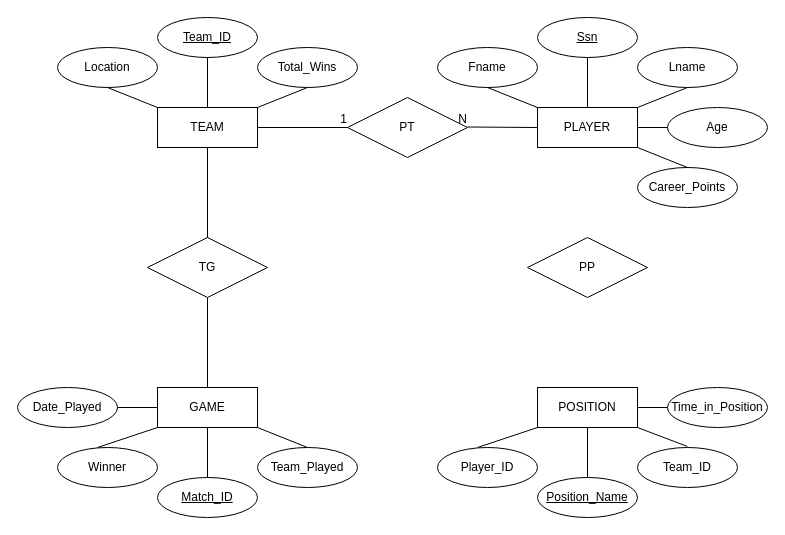
This is Untitled Diagram.drawio from JarredFoley/Final-Project-CMS, a draw.io file, before an edit. Source tidied: cells renumbered, new cells numbered last; positions are measured from the earlier drawing's top-left corner, leaving out a move shared by most shapes. Both pictures are drawn from the tidied source at 100%, with x=0, y=0 at pixel (17, 17).
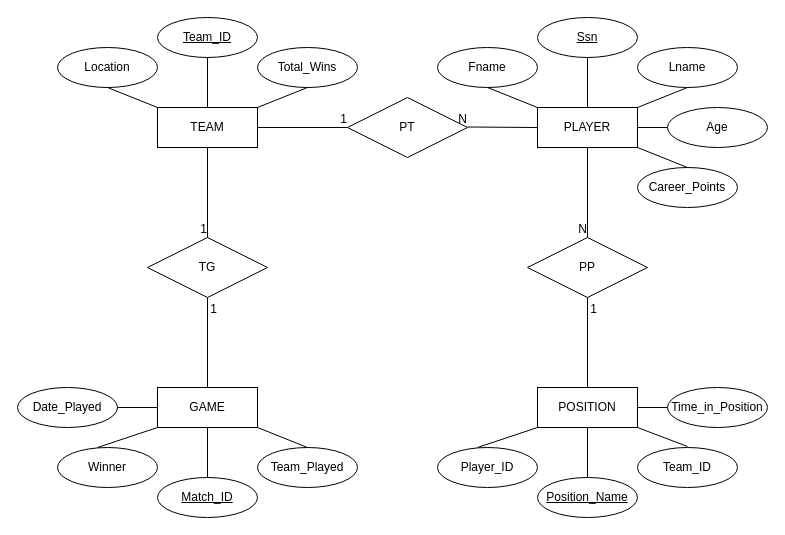
Above is the later version.

Unchanged cells that the change refers to:
```xml
<mxCell id="2" value="TEAM" style="whiteSpace=wrap;html=1;align=center;" parent="1" vertex="1">
  <mxGeometry x="140" y="90" width="100" height="40" as="geometry" />
</mxCell>
<mxCell id="4" value="GAME" style="whiteSpace=wrap;html=1;align=center;" parent="1" vertex="1">
  <mxGeometry x="140" y="370" width="100" height="40" as="geometry" />
</mxCell>
<mxCell id="6" value="TG" style="shape=rhombus;perimeter=rhombusPerimeter;whiteSpace=wrap;html=1;align=center;" parent="1" vertex="1">
  <mxGeometry x="130" y="220" width="120" height="60" as="geometry" />
</mxCell>
<mxCell id="8" value="PP" style="shape=rhombus;perimeter=rhombusPerimeter;whiteSpace=wrap;html=1;align=center;" parent="1" vertex="1">
  <mxGeometry x="510" y="220" width="120" height="60" as="geometry" />
</mxCell>
```

Change to the diagram source:
```diff
@@
-    <mxCell id="41" style="endArrow=none;html=1;rounded=0;entryX=0.5;entryY=0;entryDx=0;entryDy=0;" parent="1" edge="1" target="6">
-      <mxGeometry relative="1" as="geometry">
-        <mxPoint x="190" y="130" as="sourcePoint" />
-      </mxGeometry>
-    </mxCell>
-    <mxCell id="42" style="endArrow=none;html=1;rounded=0;entryX=0.5;entryY=0;entryDx=0;entryDy=0;" parent="1" edge="1" target="4">
-      <mxGeometry relative="1" as="geometry">
-        <mxPoint x="190" y="280" as="sourcePoint" />
-      </mxGeometry>
-    </mxCell>
@@
+    <mxCell id="47" style="endArrow=none;html=1;rounded=0;" parent="1" edge="1" target="8">
+      <mxGeometry relative="1" as="geometry">
+        <mxPoint x="570" y="130" as="sourcePoint" />
+      </mxGeometry>
+    </mxCell>
+    <mxCell id="48" value="N" style="html=1;align=right;verticalAlign=bottom;" parent="47" vertex="1">
+      <mxGeometry x="1" relative="1" as="geometry" />
+    </mxCell>
+    <mxCell id="49" style="endArrow=none;html=1;rounded=0;entryX=0.5;entryY=1;entryDx=0;entryDy=0;" parent="1" edge="1" target="8">
+      <mxGeometry relative="1" as="geometry">
+        <mxPoint x="570" y="370" as="sourcePoint" />
+      </mxGeometry>
+    </mxCell>
+    <mxCell id="50" value="1" style="html=1;align=right;verticalAlign=bottom;" parent="49" vertex="1">
+      <mxGeometry x="1" relative="1" as="geometry">
+        <mxPoint x="10" y="20" as="offset" />
+      </mxGeometry>
+    </mxCell>
+    <mxCell id="51" style="endArrow=none;html=1;rounded=0;" parent="1" edge="1" source="2">
+      <mxGeometry relative="1" as="geometry">
+        <mxPoint x="190" y="220" as="targetPoint" />
+      </mxGeometry>
+    </mxCell>
+    <mxCell id="52" value="1" style="html=1;align=right;verticalAlign=bottom;" parent="51" vertex="1">
+      <mxGeometry x="1" relative="1" as="geometry" />
+    </mxCell>
+    <mxCell id="53" style="endArrow=none;html=1;rounded=0;entryX=0.5;entryY=1;entryDx=0;entryDy=0;" parent="1" edge="1" target="6">
+      <mxGeometry relative="1" as="geometry">
+        <mxPoint x="190" y="370" as="sourcePoint" />
+      </mxGeometry>
+    </mxCell>
+    <mxCell id="54" value="1" style="html=1;align=right;verticalAlign=bottom;" parent="53" vertex="1">
+      <mxGeometry x="1" relative="1" as="geometry">
+        <mxPoint x="10" y="20" as="offset" />
+      </mxGeometry>
+    </mxCell>
```
